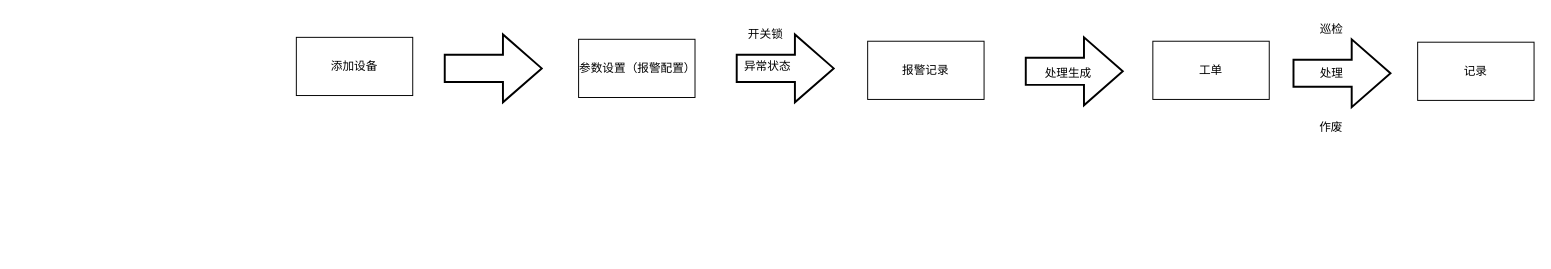
The draw.io diagram page "系统流程" (1 of 3) of 模块.drawio in viking-wj/software, before the edit. Source tidied: cells renumbered, new cells numbered last; positions are measured from the earlier drawing's top-left corner, leaving out a move shared by most shapes. Both pictures are drawn from the tidied source at 97%, with x=0, y=0 at pixel (296, 16).
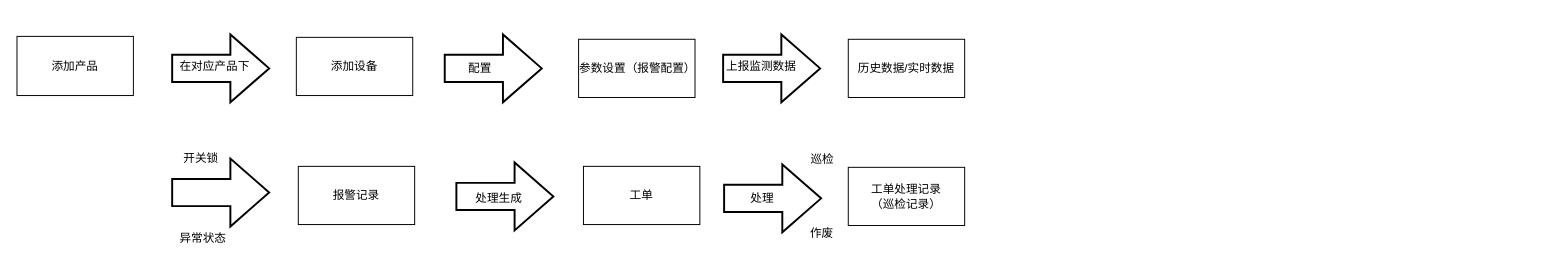
The same page after the edit.

Change to the diagram source:
```diff
@@
     <mxCell id="5" style="verticalLabelPosition=bottom;verticalAlign=top;html=1;strokeWidth=2;shape=mxgraph.arrows2.arrow;dy=0.6;dx=40;notch=0;" parent="1" vertex="1">
-      <mxGeometry x="454" y="18" width="100" height="70" as="geometry" />
+      <mxGeometry x="-128" y="146" width="100" height="70" as="geometry" />
     </mxCell>
     <mxCell id="6" value="报警记录" style="rounded=0;whiteSpace=wrap;html=1;" parent="1" vertex="1">
-      <mxGeometry x="589" y="25" width="120" height="60" as="geometry" />
+      <mxGeometry x="2" y="154" width="120" height="60" as="geometry" />
     </mxCell>
     <mxCell id="7" style="verticalLabelPosition=bottom;verticalAlign=top;html=1;strokeWidth=2;shape=mxgraph.arrows2.arrow;dy=0.6;dx=40;notch=0;" parent="1" vertex="1">
-      <mxGeometry x="752" y="21" width="100" height="70" as="geometry" />
+      <mxGeometry x="165" y="150" width="100" height="70" as="geometry" />
     </mxCell>
     <mxCell id="8" value="工单" style="rounded=0;whiteSpace=wrap;html=1;" parent="1" vertex="1">
-      <mxGeometry x="883" y="25" width="120" height="60" as="geometry" />
+      <mxGeometry x="296" y="154" width="120" height="60" as="geometry" />
     </mxCell>
-    <mxCell id="9" value="记录" style="rounded=0;whiteSpace=wrap;html=1;" parent="1" vertex="1">
-      <mxGeometry x="1156" y="26" width="120" height="60" as="geometry" />
+    <mxCell id="9" value="工单处理记录&lt;br&gt;（巡检记录）" style="rounded=0;whiteSpace=wrap;html=1;" parent="1" vertex="1">
+      <mxGeometry x="569" y="155" width="120" height="60" as="geometry" />
     </mxCell>
     <mxCell id="10" style="verticalLabelPosition=bottom;verticalAlign=top;html=1;strokeWidth=2;shape=mxgraph.arrows2.arrow;dy=0.6;dx=40;notch=0;" parent="1" vertex="1">
-      <mxGeometry x="1028" y="23" width="100" height="70" as="geometry" />
+      <mxGeometry x="441" y="152" width="100" height="70" as="geometry" />
     </mxCell>
     <mxCell id="11" value="处理" style="text;html=1;align=center;verticalAlign=middle;strokeColor=none;fillColor=none;" parent="1" vertex="1">
-      <mxGeometry x="1046" y="45" width="42" height="26" as="geometry" />
+      <mxGeometry x="459" y="174" width="42" height="26" as="geometry" />
     </mxCell>
     <mxCell id="12" value="巡检" style="text;html=1;align=center;verticalAlign=middle;strokeColor=none;fillColor=none;" parent="1" vertex="1">
-      <mxGeometry x="1046" width="42" height="26" as="geometry" />
+      <mxGeometry x="521" y="134" width="42" height="26" as="geometry" />
     </mxCell>
     <mxCell id="13" value="作废" style="text;html=1;strokeColor=none;fillColor=none;align=center;verticalAlign=middle;whiteSpace=wrap;rounded=0;" parent="1" vertex="1">
-      <mxGeometry x="1037" y="99" width="60" height="30" as="geometry" />
+      <mxGeometry x="512" y="208" width="60" height="30" as="geometry" />
     </mxCell>
     <mxCell id="14" value="处理生成" style="text;html=1;strokeColor=none;fillColor=none;align=center;verticalAlign=middle;whiteSpace=wrap;rounded=0;" parent="1" vertex="1">
-      <mxGeometry x="766" y="43" width="60" height="30" as="geometry" />
+      <mxGeometry x="179" y="172" width="60" height="30" as="geometry" />
     </mxCell>
     <mxCell id="15" value="异常状态" style="text;html=1;strokeColor=none;fillColor=none;align=center;verticalAlign=middle;whiteSpace=wrap;rounded=0;" parent="1" vertex="1">
-      <mxGeometry x="456" y="36" width="60" height="30" as="geometry" />
+      <mxGeometry x="-126" y="213" width="60" height="30" as="geometry" />
     </mxCell>
     <mxCell id="16" value="开关锁" style="text;html=1;strokeColor=none;fillColor=none;align=center;verticalAlign=middle;whiteSpace=wrap;rounded=0;" parent="1" vertex="1">
-      <mxGeometry x="454" y="3" width="60" height="30" as="geometry" />
+      <mxGeometry x="-128" y="131" width="60" height="30" as="geometry" />
     </mxCell>
+    <mxCell id="17" value="添加产品" style="rounded=0;whiteSpace=wrap;html=1;" parent="1" vertex="1">
+      <mxGeometry x="-288" y="20" width="120" height="61" as="geometry" />
+    </mxCell>
+    <mxCell id="18" style="verticalLabelPosition=bottom;verticalAlign=top;html=1;strokeWidth=2;shape=mxgraph.arrows2.arrow;dy=0.6;dx=40;notch=0;" parent="1" vertex="1">
+      <mxGeometry x="-128" y="18" width="100" height="70" as="geometry" />
+    </mxCell>
+    <mxCell id="19" value="在对应产品下" style="text;html=1;strokeColor=none;fillColor=none;align=center;verticalAlign=middle;whiteSpace=wrap;rounded=0;" parent="1" vertex="1">
+      <mxGeometry x="-125" y="42" width="82" height="18" as="geometry" />
+    </mxCell>
+    <mxCell id="20" style="verticalLabelPosition=bottom;verticalAlign=top;html=1;strokeWidth=2;shape=mxgraph.arrows2.arrow;dy=0.6;dx=40;notch=0;" parent="1" vertex="1">
+      <mxGeometry x="440" y="18" width="100" height="70" as="geometry" />
+    </mxCell>
+    <mxCell id="21" value="上报监测数据" style="text;html=1;align=center;verticalAlign=middle;strokeColor=none;fillColor=none;" parent="1" vertex="1">
+      <mxGeometry x="434" y="37.5" width="90" height="26" as="geometry" />
+    </mxCell>
+    <mxCell id="22" value="历史数据/实时数据" style="rounded=0;whiteSpace=wrap;html=1;" parent="1" vertex="1">
+      <mxGeometry x="569" y="23" width="120" height="60" as="geometry" />
+    </mxCell>
+    <mxCell id="23" value="配置" style="text;html=1;align=center;verticalAlign=middle;strokeColor=none;fillColor=none;" parent="1" vertex="1">
+      <mxGeometry x="168" y="40" width="42" height="26" as="geometry" />
+    </mxCell>
```
